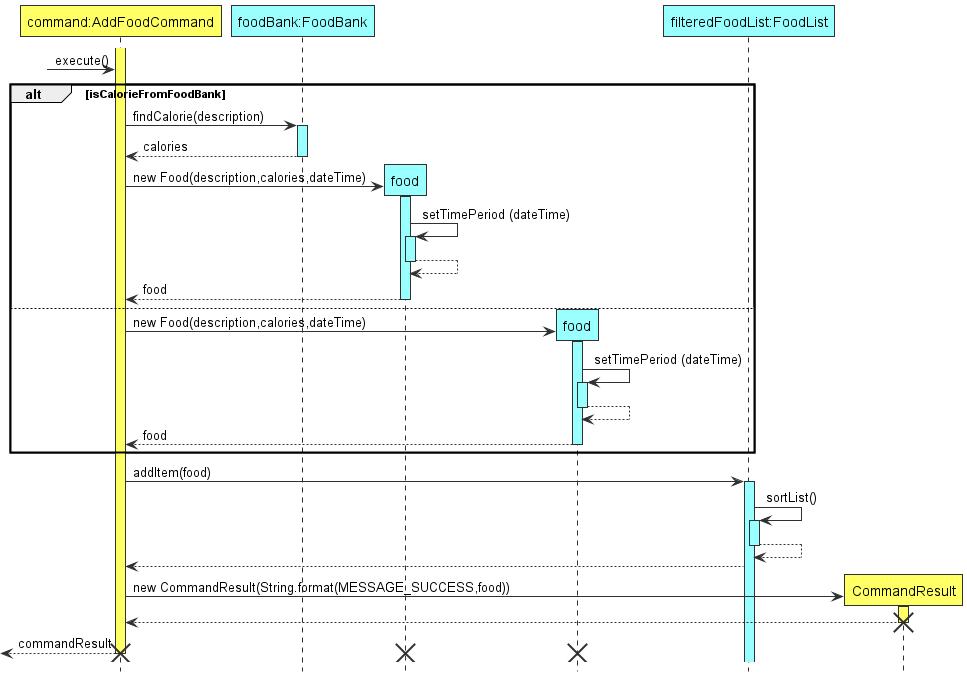
Before: docs/images/AddFoodItemSequenceDiagram.png, a diagram exported from PlantUML (tryyang2001/tp).
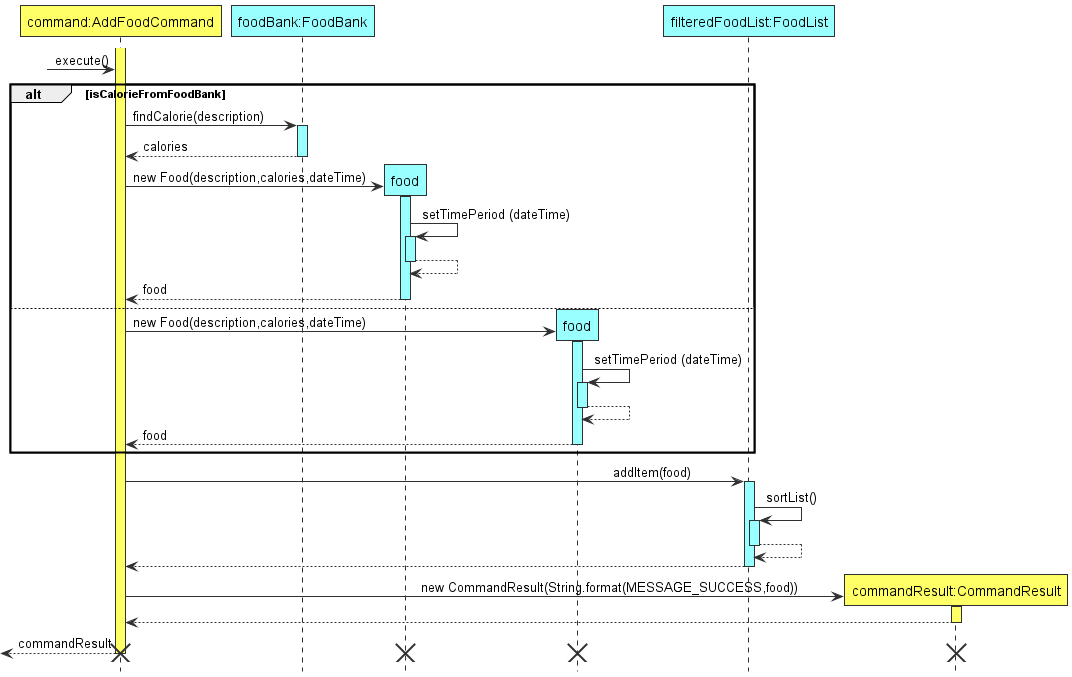
After the commit.

Commit message:
updates seq diagram for add food item

What changed in the source:
```diff
@@ -32,20 +32,22 @@
 end
 
 participant "filteredFoodList:FoodList" As FoodList DATA_COLOUR
-participant CommandResult LOGIC_COLOUR
-AddFoodCommand -> FoodList : addItem(food)
+participant "commandResult:CommandResult" As CommandResult LOGIC_COLOUR
+AddFoodCommand -> FoodList : \t\t\t\t\t\t\t\t\t\t\t\t\t\t\taddItem(food)
 activate FoodList DATA_COLOUR
 FoodList -> FoodList ++  DATA_COLOUR: sortList()
 FoodList --> FoodList --
 FoodList --> AddFoodCommand
-AddFoodCommand -> CommandResult **: new CommandResult(String.format(MESSAGE_SUCCESS,food))
+deactivate FoodList
+AddFoodCommand -> CommandResult **: \t\t\t\t\t\t\t\t\tnew CommandResult(String.format(MESSAGE_SUCCESS,food))
 activate CommandResult LOGIC_COLOUR
 CommandResult --> AddFoodCommand
 deactivate CommandResult
-destroy CommandResult
+
 ?<-- AddFoodCommand : commandResult\t
 deactivate AddFoodCommand
 destroy Food1
 destroy Food2
+destroy CommandResult
 destroy AddFoodCommand
 @enduml
```
